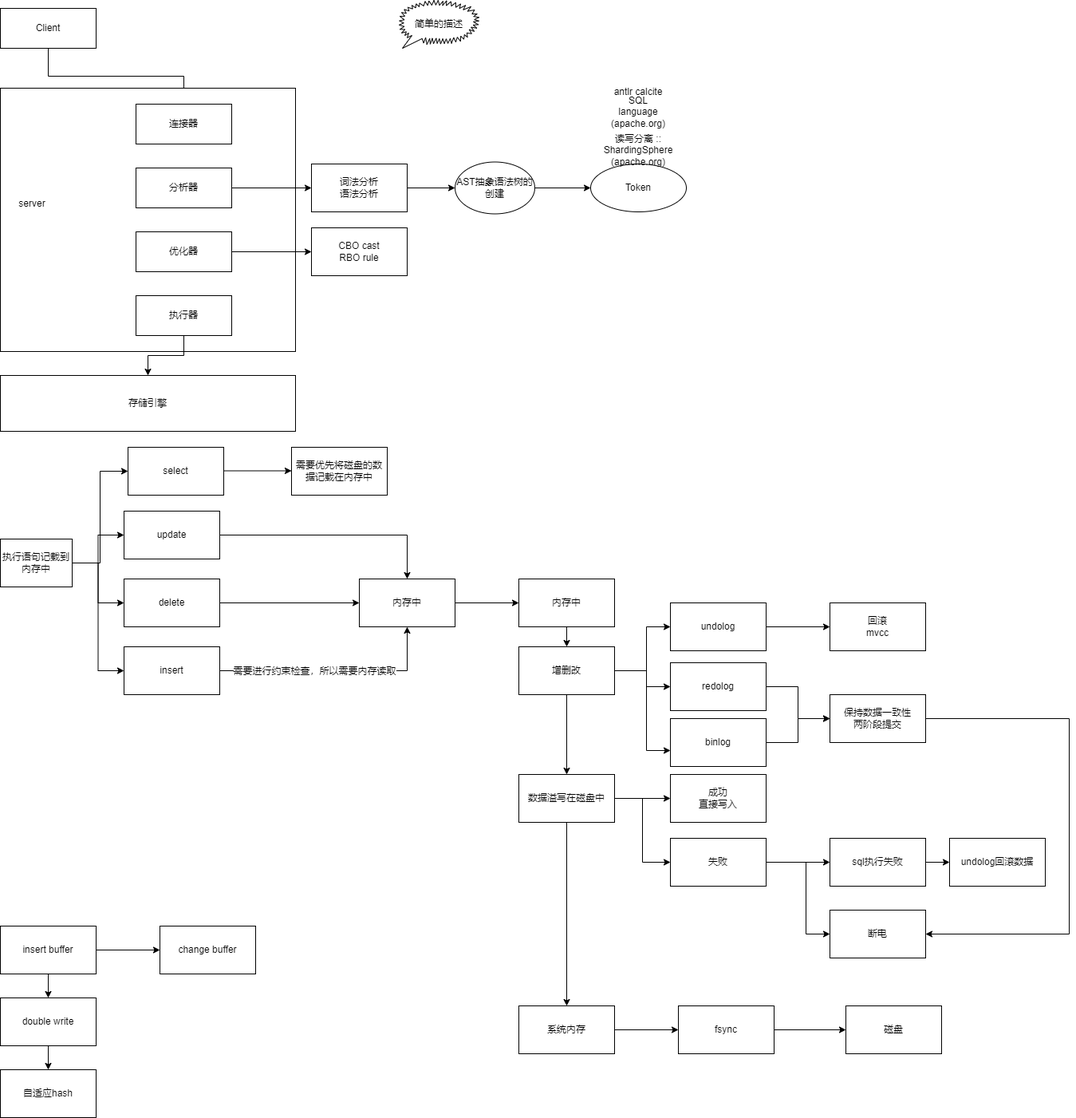
Above: mysql执行.drawio.png in ShortPupil/VPicture (draw.io), before the change. Source tidied: cells renumbered, new cells last; positions are measured from the earlier drawing's top-left corner, leaving out a move shared by most shapes.
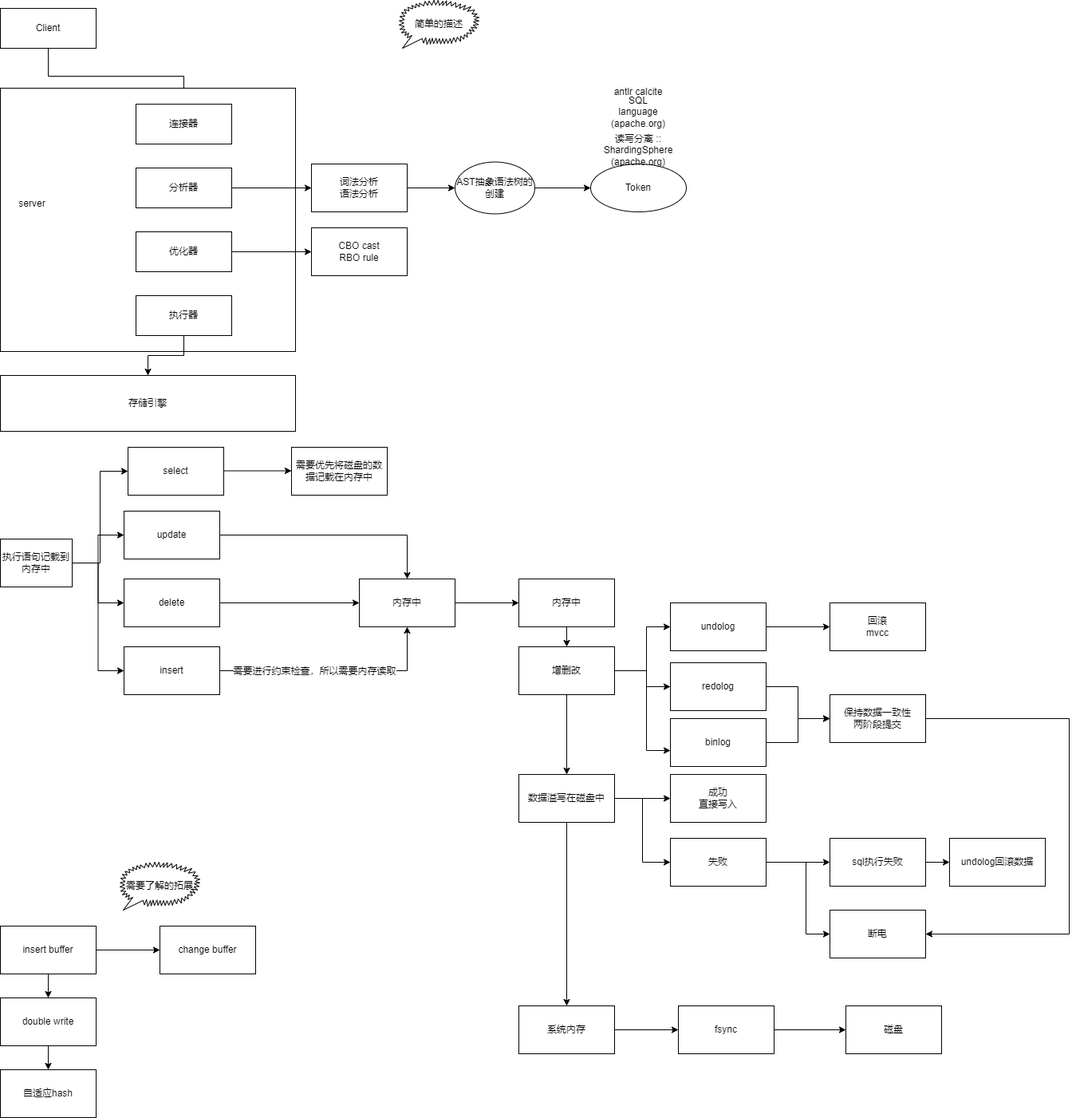
The same file after the commit.

What changed in the source:
```diff
@@ -269,5 +269,8 @@
     <mxCell id="80" value="change buffer" style="whiteSpace=wrap;html=1;rounded=0;" parent="1" vertex="1">
       <mxGeometry x="200" y="1160" width="120" height="60" as="geometry" />
     </mxCell>
+    <mxCell id="81" value="需要了解的拓展" style="whiteSpace=wrap;html=1;shape=mxgraph.basic.loud_callout;" parent="1" vertex="1">
+      <mxGeometry x="150" y="1080" width="100" height="60" as="geometry" />
+    </mxCell>
   </root>
 </mxGraphModel>
```
